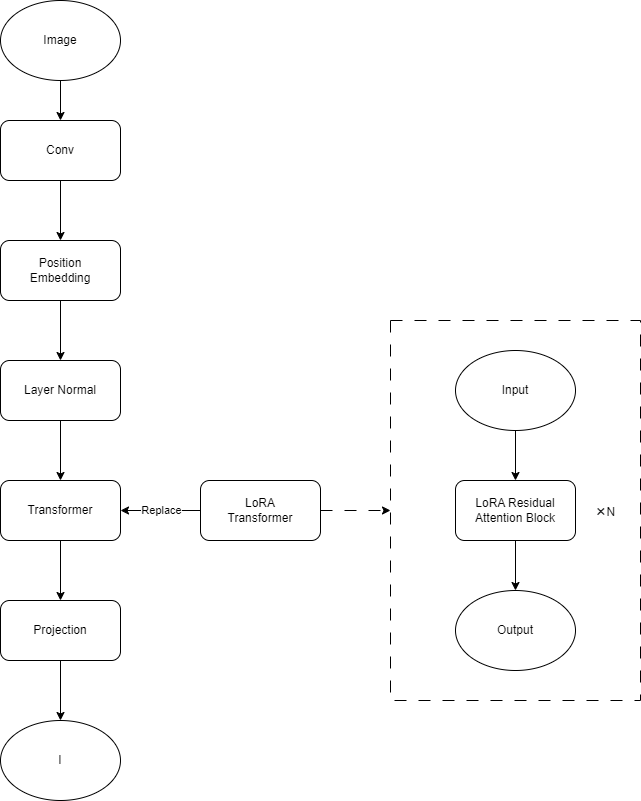
Earlier version of the draw.io export assert/Image encoder/LoRA/Overview.png (Bgzdl/CLIP). Source tidied: cells renumbered, new cells last; positions are measured from the earlier drawing's top-left corner, leaving out a move shared by most shapes. Its diagram source:
```xml
<mxGraphModel>
  <root>
    <mxCell id="0" />
    <mxCell id="1" parent="0" />
    <mxCell id="2" style="edgeStyle=orthogonalEdgeStyle;rounded=0;jettySize=auto;html=1;exitX=0.5;exitY=1;exitDx=0;exitDy=0;entryX=0.5;entryY=0;entryDx=0;entryDy=0;" parent="1" edge="1" source="3" target="5">
      <mxGeometry relative="1" as="geometry" />
    </mxCell>
    <mxCell id="3" value="Image" style="ellipse;whiteSpace=wrap;html=1;" parent="1" vertex="1">
      <mxGeometry width="120" height="80" as="geometry" />
    </mxCell>
    <mxCell id="4" style="edgeStyle=orthogonalEdgeStyle;rounded=0;jettySize=auto;html=1;exitX=0.5;exitY=1;exitDx=0;exitDy=0;entryX=0.5;entryY=0;entryDx=0;entryDy=0;" parent="1" edge="1" source="5" target="7">
      <mxGeometry relative="1" as="geometry" />
    </mxCell>
    <mxCell id="5" value="Conv" style="rounded=1;whiteSpace=wrap;html=1;" parent="1" vertex="1">
      <mxGeometry y="120" width="120" height="60" as="geometry" />
    </mxCell>
    <mxCell id="6" style="edgeStyle=orthogonalEdgeStyle;rounded=0;jettySize=auto;html=1;entryX=0.5;entryY=0;entryDx=0;entryDy=0;" parent="1" edge="1" source="7" target="9">
      <mxGeometry relative="1" as="geometry" />
    </mxCell>
    <mxCell id="7" value="Position&lt;br&gt;Embedding" style="rounded=1;whiteSpace=wrap;html=1;" parent="1" vertex="1">
      <mxGeometry y="240" width="120" height="60" as="geometry" />
    </mxCell>
    <mxCell id="8" style="edgeStyle=orthogonalEdgeStyle;rounded=0;jettySize=auto;html=1;entryX=0.5;entryY=0;entryDx=0;entryDy=0;" parent="1" edge="1" source="9" target="11">
      <mxGeometry relative="1" as="geometry" />
    </mxCell>
    <mxCell id="9" value="Layer Normal" style="rounded=1;whiteSpace=wrap;html=1;" parent="1" vertex="1">
      <mxGeometry y="360" width="120" height="60" as="geometry" />
    </mxCell>
    <mxCell id="10" style="edgeStyle=orthogonalEdgeStyle;rounded=0;jettySize=auto;html=1;entryX=0.5;entryY=0;entryDx=0;entryDy=0;" parent="1" edge="1" source="11" target="13">
      <mxGeometry relative="1" as="geometry" />
    </mxCell>
    <mxCell id="11" value="Transformer" style="rounded=1;whiteSpace=wrap;html=1;" parent="1" vertex="1">
      <mxGeometry y="480" width="120" height="60" as="geometry" />
    </mxCell>
    <mxCell id="12" style="edgeStyle=orthogonalEdgeStyle;rounded=0;jettySize=auto;html=1;entryX=0.5;entryY=0;entryDx=0;entryDy=0;" parent="1" edge="1" source="13" target="14">
      <mxGeometry relative="1" as="geometry" />
    </mxCell>
    <mxCell id="13" value="Projection" style="rounded=1;whiteSpace=wrap;html=1;" parent="1" vertex="1">
      <mxGeometry y="600" width="120" height="60" as="geometry" />
    </mxCell>
    <mxCell id="14" value="I" style="ellipse;whiteSpace=wrap;html=1;" parent="1" vertex="1">
      <mxGeometry y="720" width="120" height="80" as="geometry" />
    </mxCell>
    <mxCell id="15" style="edgeStyle=orthogonalEdgeStyle;rounded=0;jettySize=auto;html=1;entryX=1;entryY=0.5;entryDx=0;entryDy=0;" parent="1" edge="1" source="18" target="11">
      <mxGeometry relative="1" as="geometry" />
    </mxCell>
    <mxCell id="16" value="Replace" style="edgeLabel;html=1;align=center;verticalAlign=middle;" parent="15" vertex="1">
      <mxGeometry x="0.17" y="-1" relative="1" as="geometry">
        <mxPoint x="7" as="offset" />
      </mxGeometry>
    </mxCell>
    <mxCell id="17" style="edgeStyle=orthogonalEdgeStyle;rounded=0;jettySize=auto;html=1;exitX=1;exitY=0.5;exitDx=0;exitDy=0;entryX=0;entryY=0.5;entryDx=0;entryDy=0;dashed=1;dashPattern=12 12;" parent="1" edge="1" source="18" target="19">
      <mxGeometry relative="1" as="geometry" />
    </mxCell>
    <mxCell id="18" value="LoRA&lt;br&gt;Transformer" style="rounded=1;whiteSpace=wrap;html=1;" parent="1" vertex="1">
      <mxGeometry x="200" y="480" width="120" height="60" as="geometry" />
    </mxCell>
    <mxCell id="19" style="rounded=0;whiteSpace=wrap;html=1;fillColor=none;dashed=1;dashPattern=12 12;" parent="1" vertex="1">
      <mxGeometry x="390" y="320" width="250" height="380" as="geometry" />
    </mxCell>
    <mxCell id="20" style="edgeStyle=orthogonalEdgeStyle;rounded=0;jettySize=auto;html=1;entryX=0.5;entryY=0;entryDx=0;entryDy=0;" parent="1" edge="1" source="21" target="24">
      <mxGeometry relative="1" as="geometry" />
    </mxCell>
    <mxCell id="21" value="LoRA Residual&lt;br&gt;Attention Block" style="rounded=1;whiteSpace=wrap;html=1;" parent="1" vertex="1">
      <mxGeometry x="455" y="480" width="120" height="60" as="geometry" />
    </mxCell>
    <mxCell id="22" style="edgeStyle=orthogonalEdgeStyle;rounded=0;jettySize=auto;html=1;exitX=0.5;exitY=1;exitDx=0;exitDy=0;entryX=0.5;entryY=0;entryDx=0;entryDy=0;" parent="1" edge="1" source="23" target="21">
      <mxGeometry relative="1" as="geometry" />
    </mxCell>
    <mxCell id="23" value="Input" style="ellipse;whiteSpace=wrap;html=1;" parent="1" vertex="1">
      <mxGeometry x="455" y="350" width="120" height="80" as="geometry" />
    </mxCell>
    <mxCell id="24" value="Output" style="ellipse;whiteSpace=wrap;html=1;" parent="1" vertex="1">
      <mxGeometry x="455" y="590" width="120" height="80" as="geometry" />
    </mxCell>
    <mxCell id="25" value="&lt;b style=&quot;color: rgb(32, 33, 34); font-family: sans-serif; font-size: 15.008px; text-align: start; background-color: rgb(255, 255, 255);&quot;&gt;×&lt;/b&gt;N" style="text;html=1;strokeColor=none;fillColor=none;align=center;verticalAlign=middle;whiteSpace=wrap;rounded=0;" parent="1" vertex="1">
      <mxGeometry x="575" y="495" width="60" height="30" as="geometry" />
    </mxCell>
  </root>
</mxGraphModel>
```
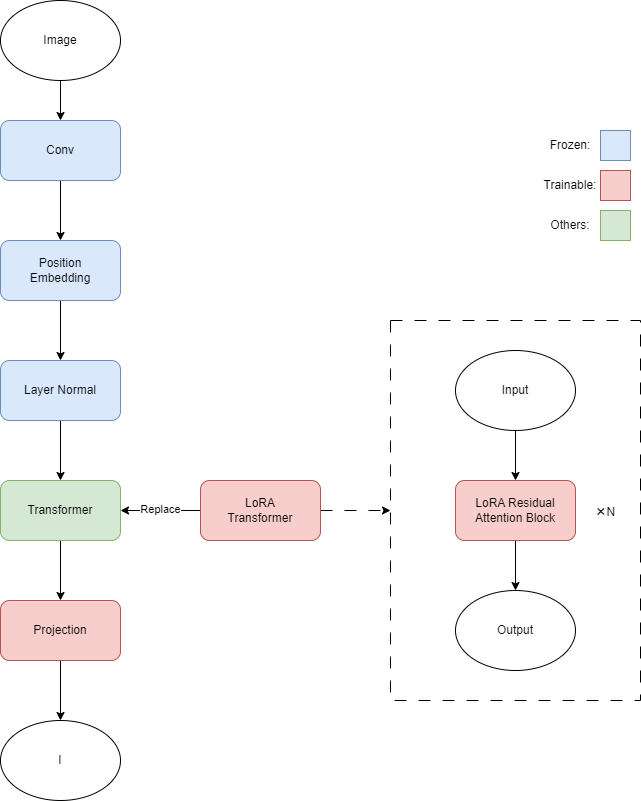
The same file after the commit.

What changed in the source:
```diff
@@ -11,31 +11,31 @@
     <mxCell id="4" style="edgeStyle=orthogonalEdgeStyle;rounded=0;jettySize=auto;html=1;exitX=0.5;exitY=1;exitDx=0;exitDy=0;entryX=0.5;entryY=0;entryDx=0;entryDy=0;" parent="1" edge="1" source="5" target="7">
       <mxGeometry relative="1" as="geometry" />
     </mxCell>
-    <mxCell id="5" value="Conv" style="rounded=1;whiteSpace=wrap;html=1;" parent="1" vertex="1">
+    <mxCell id="5" value="Conv" style="rounded=1;whiteSpace=wrap;html=1;fillColor=#dae8fc;strokeColor=#6c8ebf;" parent="1" vertex="1">
       <mxGeometry y="120" width="120" height="60" as="geometry" />
     </mxCell>
     <mxCell id="6" style="edgeStyle=orthogonalEdgeStyle;rounded=0;jettySize=auto;html=1;entryX=0.5;entryY=0;entryDx=0;entryDy=0;" parent="1" edge="1" source="7" target="9">
       <mxGeometry relative="1" as="geometry" />
     </mxCell>
-    <mxCell id="7" value="Position&lt;br&gt;Embedding" style="rounded=1;whiteSpace=wrap;html=1;" parent="1" vertex="1">
+    <mxCell id="7" value="Position&lt;br&gt;Embedding" style="rounded=1;whiteSpace=wrap;html=1;fillColor=#dae8fc;strokeColor=#6c8ebf;" parent="1" vertex="1">
       <mxGeometry y="240" width="120" height="60" as="geometry" />
     </mxCell>
     <mxCell id="8" style="edgeStyle=orthogonalEdgeStyle;rounded=0;jettySize=auto;html=1;entryX=0.5;entryY=0;entryDx=0;entryDy=0;" parent="1" edge="1" source="9" target="11">
       <mxGeometry relative="1" as="geometry" />
     </mxCell>
-    <mxCell id="9" value="Layer Normal" style="rounded=1;whiteSpace=wrap;html=1;" parent="1" vertex="1">
+    <mxCell id="9" value="Layer Normal" style="rounded=1;whiteSpace=wrap;html=1;fillColor=#dae8fc;strokeColor=#6c8ebf;" parent="1" vertex="1">
       <mxGeometry y="360" width="120" height="60" as="geometry" />
     </mxCell>
     <mxCell id="10" style="edgeStyle=orthogonalEdgeStyle;rounded=0;jettySize=auto;html=1;entryX=0.5;entryY=0;entryDx=0;entryDy=0;" parent="1" edge="1" source="11" target="13">
       <mxGeometry relative="1" as="geometry" />
     </mxCell>
-    <mxCell id="11" value="Transformer" style="rounded=1;whiteSpace=wrap;html=1;" parent="1" vertex="1">
+    <mxCell id="11" value="Transformer" style="rounded=1;whiteSpace=wrap;html=1;fillColor=#d5e8d4;strokeColor=#82b366;" parent="1" vertex="1">
       <mxGeometry y="480" width="120" height="60" as="geometry" />
     </mxCell>
     <mxCell id="12" style="edgeStyle=orthogonalEdgeStyle;rounded=0;jettySize=auto;html=1;entryX=0.5;entryY=0;entryDx=0;entryDy=0;" parent="1" edge="1" source="13" target="14">
       <mxGeometry relative="1" as="geometry" />
     </mxCell>
-    <mxCell id="13" value="Projection" style="rounded=1;whiteSpace=wrap;html=1;" parent="1" vertex="1">
+    <mxCell id="13" value="Projection" style="rounded=1;whiteSpace=wrap;html=1;fillColor=#f8cecc;strokeColor=#b85450;" parent="1" vertex="1">
       <mxGeometry y="600" width="120" height="60" as="geometry" />
     </mxCell>
     <mxCell id="14" value="I" style="ellipse;whiteSpace=wrap;html=1;" parent="1" vertex="1">
@@ -52,7 +52,7 @@
     <mxCell id="17" style="edgeStyle=orthogonalEdgeStyle;rounded=0;jettySize=auto;html=1;exitX=1;exitY=0.5;exitDx=0;exitDy=0;entryX=0;entryY=0.5;entryDx=0;entryDy=0;dashed=1;dashPattern=12 12;" parent="1" edge="1" source="18" target="19">
       <mxGeometry relative="1" as="geometry" />
     </mxCell>
-    <mxCell id="18" value="LoRA&lt;br&gt;Transformer" style="rounded=1;whiteSpace=wrap;html=1;" parent="1" vertex="1">
+    <mxCell id="18" value="LoRA&lt;br&gt;Transformer" style="rounded=1;whiteSpace=wrap;html=1;fillColor=#f8cecc;strokeColor=#b85450;" parent="1" vertex="1">
       <mxGeometry x="200" y="480" width="120" height="60" as="geometry" />
     </mxCell>
     <mxCell id="19" style="rounded=0;whiteSpace=wrap;html=1;fillColor=none;dashed=1;dashPattern=12 12;" parent="1" vertex="1">
@@ -61,7 +61,7 @@
     <mxCell id="20" style="edgeStyle=orthogonalEdgeStyle;rounded=0;jettySize=auto;html=1;entryX=0.5;entryY=0;entryDx=0;entryDy=0;" parent="1" edge="1" source="21" target="24">
       <mxGeometry relative="1" as="geometry" />
     </mxCell>
-    <mxCell id="21" value="LoRA Residual&lt;br&gt;Attention Block" style="rounded=1;whiteSpace=wrap;html=1;" parent="1" vertex="1">
+    <mxCell id="21" value="LoRA Residual&lt;br&gt;Attention Block" style="rounded=1;whiteSpace=wrap;html=1;fillColor=#f8cecc;strokeColor=#b85450;" parent="1" vertex="1">
       <mxGeometry x="455" y="480" width="120" height="60" as="geometry" />
     </mxCell>
     <mxCell id="22" style="edgeStyle=orthogonalEdgeStyle;rounded=0;jettySize=auto;html=1;exitX=0.5;exitY=1;exitDx=0;exitDy=0;entryX=0.5;entryY=0;entryDx=0;entryDy=0;" parent="1" edge="1" source="23" target="21">
@@ -76,5 +76,23 @@
     <mxCell id="25" value="&lt;b style=&quot;color: rgb(32, 33, 34); font-family: sans-serif; font-size: 15.008px; text-align: start; background-color: rgb(255, 255, 255);&quot;&gt;×&lt;/b&gt;N" style="text;html=1;strokeColor=none;fillColor=none;align=center;verticalAlign=middle;whiteSpace=wrap;rounded=0;" parent="1" vertex="1">
       <mxGeometry x="575" y="495" width="60" height="30" as="geometry" />
     </mxCell>
+    <mxCell id="26" style="rounded=0;whiteSpace=wrap;html=1;fillColor=#dae8fc;strokeColor=#6c8ebf;" parent="1" vertex="1">
+      <mxGeometry x="600" y="130" width="30" height="30" as="geometry" />
+    </mxCell>
+    <mxCell id="27" value="Frozen:" style="text;html=1;strokeColor=none;fillColor=none;align=center;verticalAlign=middle;whiteSpace=wrap;rounded=0;" parent="1" vertex="1">
+      <mxGeometry x="540" y="130" width="60" height="30" as="geometry" />
+    </mxCell>
+    <mxCell id="28" style="rounded=0;whiteSpace=wrap;html=1;fillColor=#f8cecc;strokeColor=#b85450;" parent="1" vertex="1">
+      <mxGeometry x="600" y="170" width="30" height="30" as="geometry" />
+    </mxCell>
+    <mxCell id="29" value="Trainable:" style="text;html=1;strokeColor=none;fillColor=none;align=center;verticalAlign=middle;whiteSpace=wrap;rounded=0;" parent="1" vertex="1">
+      <mxGeometry x="540" y="170" width="60" height="30" as="geometry" />
+    </mxCell>
+    <mxCell id="30" style="rounded=0;whiteSpace=wrap;html=1;fillColor=#d5e8d4;strokeColor=#82b366;" parent="1" vertex="1">
+      <mxGeometry x="600" y="210" width="30" height="30" as="geometry" />
+    </mxCell>
+    <mxCell id="31" value="Others:" style="text;html=1;strokeColor=none;fillColor=none;align=center;verticalAlign=middle;whiteSpace=wrap;rounded=0;" parent="1" vertex="1">
+      <mxGeometry x="540" y="210" width="60" height="30" as="geometry" />
+    </mxCell>
   </root>
 </mxGraphModel>
```
